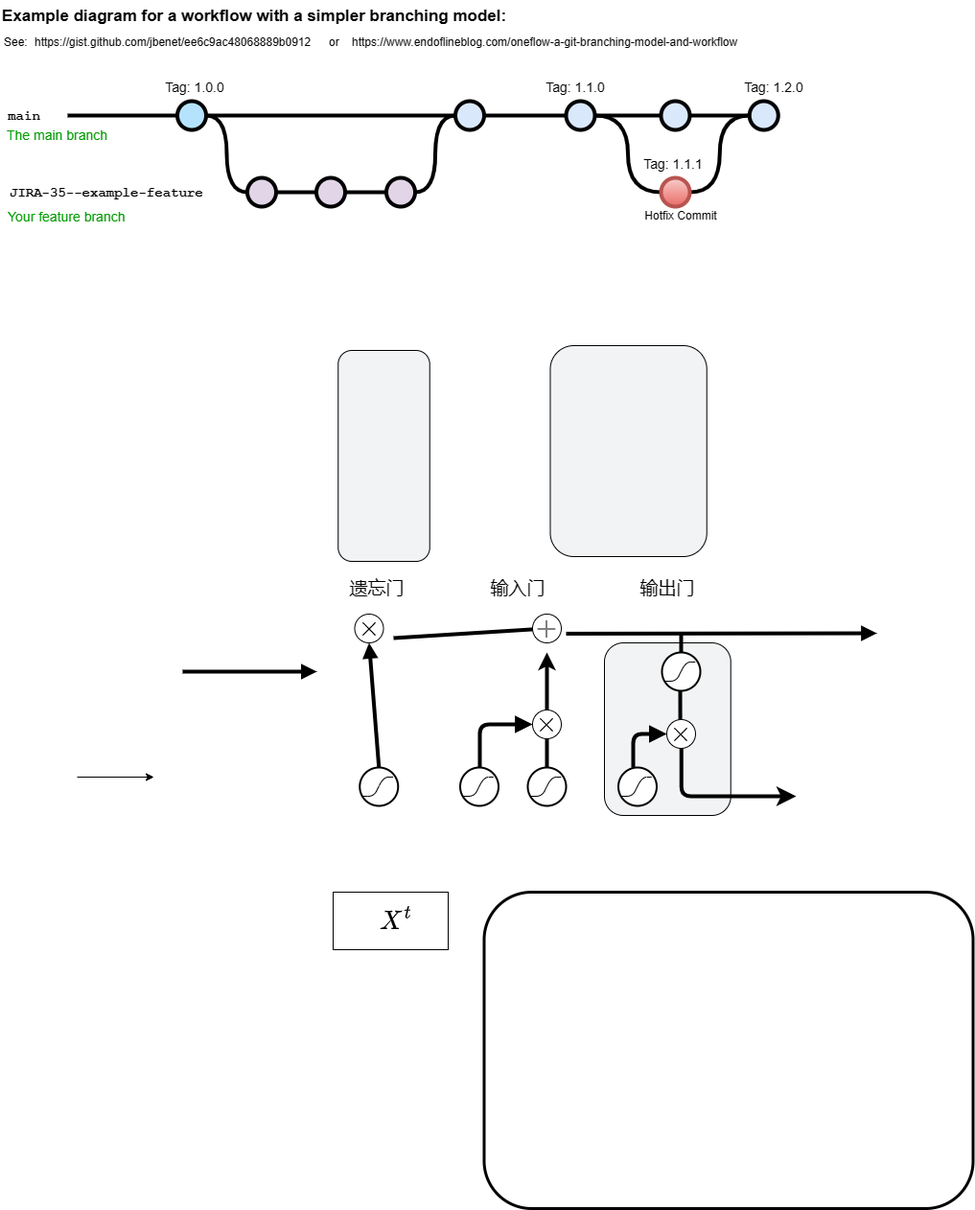
Above: js/test.drawio.png in Xiaozhi-sudo/Xiaozhi-sudo.github.io (draw.io), before the change. Source tidied: cells renumbered, new cells last; positions are measured from the earlier drawing's top-left corner, leaving out a move shared by most shapes.
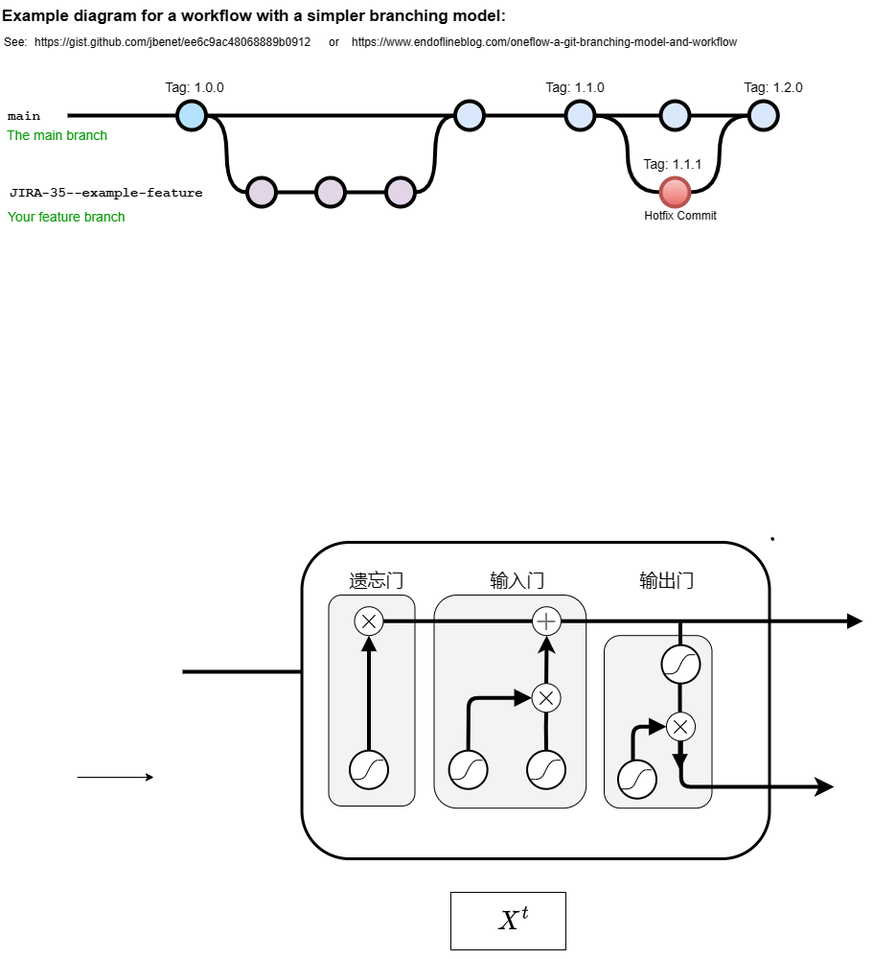
The same diagram one commit later.

What changed in the source:
```diff
@@ -118,54 +118,41 @@
         <mxPoint x="330" y="700" as="targetPoint" />
       </mxGeometry>
     </mxCell>
+    <mxCell id="48" style="group;" parent="1" vertex="1">
+      <mxGeometry x="470" y="930" width="120" height="60" as="geometry" />
+    </mxCell>
+    <mxCell id="49" style="rounded=0;whiteSpace=wrap;html=1;" parent="48" vertex="1">
+      <mxGeometry width="120" height="60" as="geometry" />
+    </mxCell>
+    <mxCell id="50" value="$$X^t$$" style="text;html=1;strokeColor=none;fillColor=none;align=center;verticalAlign=middle;whiteSpace=wrap;rounded=0;fontSize=24;" parent="48" vertex="1">
+      <mxGeometry x="35.5" y="15" width="60" height="30" as="geometry" />
+    </mxCell>
+    <mxCell id="85" style="group;" parent="1" vertex="1">
+      <mxGeometry x="362.5" y="560" width="537.5" height="335" as="geometry" />
+    </mxCell>
-    <mxCell id="38" style="rounded=1;whiteSpace=wrap;html=1;strokeWidth=3;" parent="1" vertex="1">
-      <mxGeometry x="504.5" y="930" width="510" height="330" as="geometry" />
+    <mxCell id="38" style="rounded=1;whiteSpace=wrap;html=1;strokeWidth=3;" parent="85" vertex="1">
+      <mxGeometry x="-47.9" y="5" width="487.9" height="330" as="geometry" />
     </mxCell>
-    <mxCell id="39" style="rounded=1;whiteSpace=wrap;html=1;fillColor=#f1f3f4;" parent="1" vertex="1">
-      <mxGeometry x="352.2" y="365" width="95.5" height="220" as="geometry" />
-    </mxCell>
+    <mxCell id="86" style="rounded=1;whiteSpace=wrap;html=1;fillColor=#f1f3f4;" parent="85" vertex="1">
+      <mxGeometry x="-20" y="60" width="90" height="220" as="geometry" />
+    </mxCell>
+    <mxCell id="87" style="rounded=1;whiteSpace=wrap;html=1;fillColor=#f1f3f4;" parent="85" vertex="1">
+      <mxGeometry x="90" y="60" width="158.8" height="222.2" as="geometry" />
+    </mxCell>
-    <mxCell id="40" value="&lt;p&gt;&lt;font face=&quot;Lucida Console&quot; style=&quot;font-size: 19px;&quot;&gt;遗忘门&lt;/font&gt;&lt;/p&gt;" style="text;html=1;strokeColor=none;fillColor=none;align=center;verticalAlign=middle;whiteSpace=wrap;rounded=0;" parent="1" vertex="1">
-      <mxGeometry x="362.5" y="600" width="60" height="30" as="geometry" />
+    <mxCell id="40" value="&lt;p&gt;&lt;font face=&quot;Lucida Console&quot; style=&quot;font-size: 19px;&quot;&gt;遗忘门&lt;/font&gt;&lt;/p&gt;" style="text;html=1;strokeColor=none;fillColor=none;align=center;verticalAlign=middle;whiteSpace=wrap;rounded=0;" parent="85" vertex="1">
+      <mxGeometry y="32.2" width="60" height="30" as="geometry" />
     </mxCell>
-    <mxCell id="41" value="&lt;p&gt;&lt;font face=&quot;Lucida Console&quot;&gt;&lt;span style=&quot;font-size: 19px;&quot;&gt;输入门&lt;/span&gt;&lt;/font&gt;&lt;/p&gt;" style="text;html=1;strokeColor=none;fillColor=none;align=center;verticalAlign=middle;whiteSpace=wrap;rounded=0;" parent="1" vertex="1">
-      <mxGeometry x="510" y="600" width="60" height="30" as="geometry" />
+    <mxCell id="41" value="&lt;p&gt;&lt;font face=&quot;Lucida Console&quot;&gt;&lt;span style=&quot;font-size: 19px;&quot;&gt;输入门&lt;/span&gt;&lt;/font&gt;&lt;/p&gt;" style="text;html=1;strokeColor=none;fillColor=none;align=center;verticalAlign=middle;whiteSpace=wrap;rounded=0;" parent="85" vertex="1">
+      <mxGeometry x="147.5" y="32.2" width="60" height="30" as="geometry" />
     </mxCell>
-    <mxCell id="42" value="&lt;p&gt;&lt;font face=&quot;Lucida Console&quot; style=&quot;font-size: 19px;&quot;&gt;输出门&lt;/font&gt;&lt;/p&gt;" style="text;html=1;strokeColor=none;fillColor=none;align=center;verticalAlign=middle;whiteSpace=wrap;rounded=0;" parent="1" vertex="1">
-      <mxGeometry x="665.9" y="600" width="60" height="30" as="geometry" />
+    <mxCell id="42" value="&lt;p&gt;&lt;font face=&quot;Lucida Console&quot; style=&quot;font-size: 19px;&quot;&gt;输出门&lt;/font&gt;&lt;/p&gt;" style="text;html=1;strokeColor=none;fillColor=none;align=center;verticalAlign=middle;whiteSpace=wrap;rounded=0;" parent="85" vertex="1">
+      <mxGeometry x="303.4" y="32.2" width="60" height="30" as="geometry" />
     </mxCell>
-    <mxCell id="43" style="rounded=1;whiteSpace=wrap;html=1;fillColor=#f1f3f4;" parent="1" vertex="1">
-      <mxGeometry x="573.5" y="360" width="163.2" height="220" as="geometry" />
-    </mxCell>
-    <mxCell id="44" style="rounded=1;whiteSpace=wrap;html=1;fillColor=#f1f3f4;" parent="1" vertex="1">
-      <mxGeometry x="630" y="670" width="131.8" height="180" as="geometry" />
+    <mxCell id="44" style="rounded=1;whiteSpace=wrap;html=1;fillColor=#f1f3f4;" parent="85" vertex="1">
+      <mxGeometry x="267.5" y="102.2" width="112.5" height="180" as="geometry" />
     </mxCell>
-    <mxCell id="45" style="group;" parent="1" vertex="1">
-      <mxGeometry x="479.5" y="800" width="40" height="40" as="geometry" />
-    </mxCell>
-    <mxCell id="46" style="ellipse;whiteSpace=wrap;html=1;direction=south;strokeWidth=2;" parent="45" vertex="1">
-      <mxGeometry width="40" height="40" as="geometry" />
-    </mxCell>
-    <mxCell id="47" style="endArrow=none;html=1;rounded=1;jumpSize=1;" parent="45" edge="1">
-      <mxGeometry relative="1" as="geometry">
-        <mxPoint x="34.8" y="10" as="sourcePoint" />
-        <mxPoint x="2.2" y="30" as="targetPoint" />
-        <Array as="points">
-          <mxPoint x="24.8" y="10" />
-          <mxPoint x="14.8" y="30" />
-        </Array>
-      </mxGeometry>
-    </mxCell>
-    <mxCell id="48" style="group;" parent="1" vertex="1">
-      <mxGeometry x="347" y="930" width="120" height="60" as="geometry" />
-    </mxCell>
-    <mxCell id="49" style="rounded=0;whiteSpace=wrap;html=1;" parent="48" vertex="1">
-      <mxGeometry width="120" height="60" as="geometry" />
-    </mxCell>
-    <mxCell id="50" value="$$X^t$$" style="text;html=1;strokeColor=none;fillColor=none;align=center;verticalAlign=middle;whiteSpace=wrap;rounded=0;fontSize=24;" parent="48" vertex="1">
-      <mxGeometry x="35.5" y="15" width="60" height="30" as="geometry" />
-    </mxCell>
-    <mxCell id="51" style="group;" parent="1" vertex="1">
-      <mxGeometry x="374.8" y="800" width="40" height="40" as="geometry" />
+    <mxCell id="51" style="group;" parent="85" vertex="1">
+      <mxGeometry x="2" y="222.2" width="40" height="40" as="geometry" />
     </mxCell>
     <mxCell id="52" style="ellipse;whiteSpace=wrap;html=1;direction=south;strokeWidth=2;" parent="51" vertex="1">
       <mxGeometry width="40" height="40" as="geometry" />
@@ -180,16 +167,11 @@
         </Array>
       </mxGeometry>
     </mxCell>
-    <mxCell id="54" style="endArrow=block;html=1;rounded=0;exitX=0;exitY=0.5;exitDx=0;exitDy=0;strokeWidth=4;endFill=1;entryX=0.5;entryY=1;entryDx=0;entryDy=0;" parent="1" edge="1" source="52" target="68">
+    <mxCell id="54" style="endArrow=block;html=1;rounded=0;exitX=0;exitY=0.5;exitDx=0;exitDy=0;strokeWidth=4;endFill=1;entryX=0.5;entryY=1;entryDx=0;entryDy=0;" parent="85" edge="1" source="52" target="68">
       <mxGeometry relative="1" as="geometry" />
     </mxCell>
-    <mxCell id="55" style="endArrow=none;html=1;rounded=0;strokeWidth=4;" parent="1" edge="1" target="65">
-      <mxGeometry relative="1" as="geometry">
-        <mxPoint x="410" y="665" as="sourcePoint" />
-      </mxGeometry>
-    </mxCell>
-    <mxCell id="56" style="group;" parent="1" vertex="1">
-      <mxGeometry x="550" y="800" width="40" height="40" as="geometry" />
+    <mxCell id="56" style="group;" parent="85" vertex="1">
+      <mxGeometry x="187.1" y="222.2" width="40" height="40" as="geometry" />
     </mxCell>
     <mxCell id="57" style="ellipse;whiteSpace=wrap;html=1;direction=south;strokeWidth=2;" parent="56" vertex="1">
       <mxGeometry width="40" height="40" as="geometry" />
@@ -204,14 +186,15 @@
         </Array>
       </mxGeometry>
     </mxCell>
-    <mxCell id="59" style="endArrow=none;html=1;rounded=0;strokeWidth=4;" parent="1" edge="1">
+    <mxCell id="59" style="endArrow=none;html=1;rounded=0;strokeWidth=4;entryX=0.5;entryY=1;entryDx=0;entryDy=0;exitX=0;exitY=0.5;exitDx=0;exitDy=0;" parent="85" edge="1" source="57" target="71">
       <mxGeometry relative="1" as="geometry">
-        <mxPoint x="570" y="800" as="sourcePoint" />
-        <mxPoint x="570" y="765" as="targetPoint" />
+        <Array as="points">
+          <mxPoint x="206.7" y="197.2" />
+        </Array>
       </mxGeometry>
     </mxCell>
-    <mxCell id="60" style="group;" parent="1" vertex="1">
-      <mxGeometry x="644.5" y="800" width="40" height="40" as="geometry" />
+    <mxCell id="60" style="group;" parent="85" vertex="1">
+      <mxGeometry x="282" y="232.2" width="40" height="40" as="geometry" />
     </mxCell>
     <mxCell id="61" style="ellipse;whiteSpace=wrap;html=1;direction=south;strokeWidth=2;" parent="60" vertex="1">
       <mxGeometry width="40" height="40" as="geometry" />
@@ -226,25 +209,24 @@
         </Array>
       </mxGeometry>
     </mxCell>
-    <mxCell id="63" style="edgeStyle=elbowEdgeStyle;elbow=horizontal;endArrow=block;html=1;rounded=1;endSize=8;startSize=8;strokeWidth=4;endFill=1;entryX=0;entryY=0.5;entryDx=0;entryDy=0;" parent="1" edge="1" target="71">
+    <mxCell id="63" style="edgeStyle=elbowEdgeStyle;elbow=horizontal;endArrow=block;html=1;rounded=1;endSize=8;startSize=8;strokeWidth=4;endFill=1;entryX=0;entryY=0.5;entryDx=0;entryDy=0;exitX=0;exitY=0.5;exitDx=0;exitDy=0;" parent="85" edge="1" source="46" target="71">
       <mxGeometry relative="1" as="geometry">
-        <mxPoint x="500" y="800" as="sourcePoint" />
         <Array as="points">
-          <mxPoint x="500" y="770" />
+          <mxPoint x="126" y="190" />
         </Array>
       </mxGeometry>
     </mxCell>
-    <mxCell id="64" style="group;" parent="1" vertex="1">
-      <mxGeometry x="550" y="640" width="40" height="30" as="geometry" />
+    <mxCell id="64" style="group;" parent="85" vertex="1">
+      <mxGeometry x="187.1" y="72.2" width="43.6" height="40" as="geometry" />
     </mxCell>
     <mxCell id="65" style="ellipse;whiteSpace=wrap;html=1;" parent="64" vertex="1">
-      <mxGeometry x="5" width="30" height="30" as="geometry" />
+      <mxGeometry x="5.5" width="30" height="30" as="geometry" />
     </mxCell>
     <mxCell id="66" value="&lt;font style=&quot;font-size: 24px;&quot;&gt;$$+$$&lt;/font&gt;" style="text;html=1;strokeColor=none;fillColor=none;align=center;verticalAlign=middle;whiteSpace=wrap;rounded=0;" parent="64" vertex="1">
-      <mxGeometry y="3.8" width="40" height="22.5" as="geometry" />
+      <mxGeometry y="1.9" width="40" height="26.2" as="geometry" />
     </mxCell>
-    <mxCell id="67" style="group;" parent="1" vertex="1">
-      <mxGeometry x="364.5" y="640" width="40" height="30" as="geometry" />
+    <mxCell id="67" style="group;" parent="85" vertex="1">
+      <mxGeometry x="2" y="72.2" width="40" height="30" as="geometry" />
     </mxCell>
     <mxCell id="68" style="ellipse;whiteSpace=wrap;html=1;" parent="67" vertex="1">
       <mxGeometry x="5" width="30" height="30" as="geometry" />
@@ -252,8 +234,11 @@
     <mxCell id="69" value="&lt;font style=&quot;font-size: 24px;&quot;&gt;$$\times$$&lt;/font&gt;" style="text;html=1;strokeColor=none;fillColor=none;align=center;verticalAlign=middle;whiteSpace=wrap;rounded=0;" parent="67" vertex="1">
       <mxGeometry y="3.8" width="40" height="22.5" as="geometry" />
     </mxCell>
+    <mxCell id="55" style="endArrow=none;html=1;rounded=0;strokeWidth=4;exitX=1;exitY=0.5;exitDx=0;exitDy=0;" parent="85" edge="1" source="68" target="65">
+      <mxGeometry relative="1" as="geometry" />
+    </mxCell>
-    <mxCell id="70" style="group;" parent="1" vertex="1">
-      <mxGeometry x="550" y="740" width="40" height="30" as="geometry" />
+    <mxCell id="70" style="group;" parent="85" vertex="1">
+      <mxGeometry x="187.1" y="152.2" width="40" height="30" as="geometry" />
     </mxCell>
     <mxCell id="71" style="ellipse;whiteSpace=wrap;html=1;" parent="70" vertex="1">
       <mxGeometry x="5" width="30" height="30" as="geometry" />
@@ -261,13 +246,11 @@
     <mxCell id="72" value="&lt;font style=&quot;font-size: 24px;&quot;&gt;$$\times$$&lt;/font&gt;" style="text;html=1;strokeColor=none;fillColor=none;align=center;verticalAlign=middle;whiteSpace=wrap;rounded=0;" parent="70" vertex="1">
       <mxGeometry y="3.8" width="40" height="22.5" as="geometry" />
     </mxCell>
-    <mxCell id="73" style="endArrow=classic;html=1;rounded=0;strokeWidth=4;exitX=0.5;exitY=0;exitDx=0;exitDy=0;" parent="1" edge="1" source="71">
-      <mxGeometry relative="1" as="geometry">
-        <mxPoint x="570" y="680" as="targetPoint" />
-      </mxGeometry>
+    <mxCell id="73" style="endArrow=classic;html=1;rounded=0;strokeWidth=4;exitX=0.5;exitY=0;exitDx=0;exitDy=0;entryX=0.5;entryY=1;entryDx=0;entryDy=0;" parent="85" edge="1" source="71" target="65">
+      <mxGeometry relative="1" as="geometry" />
     </mxCell>
-    <mxCell id="74" style="group;" parent="1" vertex="1">
-      <mxGeometry x="690" y="750" width="40" height="30" as="geometry" />
+    <mxCell id="74" style="group;" parent="85" vertex="1">
+      <mxGeometry x="327.5" y="182.2" width="40" height="30" as="geometry" />
     </mxCell>
     <mxCell id="75" style="ellipse;whiteSpace=wrap;html=1;" parent="74" vertex="1">
       <mxGeometry x="5" width="30" height="30" as="geometry" />
@@ -275,38 +258,37 @@
     <mxCell id="76" value="&lt;font style=&quot;font-size: 24px;&quot;&gt;$$\times$$&lt;/font&gt;" style="text;html=1;strokeColor=none;fillColor=none;align=center;verticalAlign=middle;whiteSpace=wrap;rounded=0;" parent="74" vertex="1">
       <mxGeometry x="-0.5" y="3.8" width="40" height="22.5" as="geometry" />
     </mxCell>
-    <mxCell id="77" style="endArrow=block;html=1;rounded=0;strokeWidth=4;endFill=1;" parent="1" edge="1">
+    <mxCell id="77" style="endArrow=block;html=1;rounded=0;strokeWidth=4;endFill=1;exitX=1;exitY=0.5;exitDx=0;exitDy=0;" parent="85" edge="1" source="65">
       <mxGeometry relative="1" as="geometry">
-        <mxPoint x="590" y="660.4" as="sourcePoint" />
-        <mxPoint x="914.1" y="660" as="targetPoint" />
+        <mxPoint x="537.5" y="87.2" as="targetPoint" />
       </mxGeometry>
     </mxCell>
-    <mxCell id="78" style="edgeStyle=elbowEdgeStyle;elbow=horizontal;endArrow=block;html=1;rounded=1;endSize=8;startSize=8;strokeWidth=4;endFill=1;entryX=0;entryY=0.5;entryDx=0;entryDy=0;" parent="1" edge="1" target="75">
+    <mxCell id="78" style="edgeStyle=elbowEdgeStyle;elbow=horizontal;endArrow=block;html=1;rounded=1;endSize=8;startSize=8;strokeWidth=4;endFill=1;entryX=0;entryY=0.5;entryDx=0;entryDy=0;" parent="85" edge="1" target="75">
       <mxGeometry relative="1" as="geometry">
-        <mxPoint x="660" y="800" as="sourcePoint" />
+        <mxPoint x="297.5" y="232.2" as="sourcePoint" />
         <Array as="points">
-          <mxPoint x="660" y="770" />
+          <mxPoint x="297.5" y="202.2" />
         </Array>
       </mxGeometry>
     </mxCell>
-    <mxCell id="79" style="endArrow=none;html=1;rounded=0;strokeWidth=4;" parent="1" edge="1">
+    <mxCell id="79" style="endArrow=none;html=1;rounded=0;strokeWidth=4;" parent="85" edge="1">
       <mxGeometry relative="1" as="geometry">
-        <mxPoint x="709.1" y="750" as="sourcePoint" />
-        <mxPoint x="709" y="720" as="targetPoint" />
+        <mxPoint x="346.6" y="182.2" as="sourcePoint" />
+        <mxPoint x="346.5" y="152.2" as="targetPoint" />
       </mxGeometry>
     </mxCell>
-    <mxCell id="80" style="edgeStyle=segmentEdgeStyle;endArrow=classic;html=1;rounded=1;endSize=8;startSize=8;strokeWidth=4;" parent="1" edge="1">
+    <mxCell id="80" style="edgeStyle=segmentEdgeStyle;endArrow=classic;html=1;rounded=1;endSize=8;startSize=8;strokeWidth=4;" parent="85" edge="1">
       <mxGeometry relative="1" as="geometry">
-        <mxPoint x="710.2" y="780" as="sourcePoint" />
-        <mxPoint x="830" y="830" as="targetPoint" />
+        <mxPoint x="347.8" y="212.2" as="sourcePoint" />
+        <mxPoint x="507.5" y="260" as="targetPoint" />
         <Array as="points">
-          <mxPoint x="710.2" y="780" />
-          <mxPoint x="710.2" y="830" />
+          <mxPoint x="347.8" y="212.2" />
+          <mxPoint x="347.8" y="262.2" />
         </Array>
       </mxGeometry>
     </mxCell>
-    <mxCell id="81" style="group;" parent="1" vertex="1">
-      <mxGeometry x="690" y="680" width="40" height="40" as="geometry" />
+    <mxCell id="81" style="group;" parent="85" vertex="1">
+      <mxGeometry x="327.5" y="112.2" width="40" height="40" as="geometry" />
     </mxCell>
     <mxCell id="82" style="ellipse;whiteSpace=wrap;html=1;direction=south;strokeWidth=2;" parent="81" vertex="1">
       <mxGeometry width="40" height="40" as="geometry" />
@@ -321,8 +303,33 @@
         </Array>
       </mxGeometry>
     </mxCell>
-    <mxCell id="84" style="line;strokeWidth=4;html=1;perimeter=backbonePerimeter;direction=south;" parent="1" vertex="1">
-      <mxGeometry x="705" y="660" width="10" height="20" as="geometry" />
+    <mxCell id="84" style="line;strokeWidth=4;html=1;perimeter=backbonePerimeter;direction=south;rotation=0;" parent="85" vertex="1">
+      <mxGeometry x="342" y="87.2" width="10" height="25" as="geometry" />
     </mxCell>
+    <mxCell id="88" style="shape=(stored shape, 640 characters);lineShape=1;" parent="85" vertex="1">
+      <mxGeometry x="441.9" width="2.7" height="2.7" as="geometry" />
+    </mxCell>
+    <mxCell id="89" style="endArrow=block;html=1;rounded=0;strokeWidth=4;endFill=1;" parent="85" edge="1">
+      <mxGeometry relative="1" as="geometry">
+        <mxPoint x="346.5" y="212.2" as="sourcePoint" />
+        <mxPoint x="346.5" y="242.2" as="targetPoint" />
+      </mxGeometry>
+    </mxCell>
+    <mxCell id="45" style="group;" parent="85" vertex="1">
+      <mxGeometry x="105.6" y="222.2" width="143.8" height="60" as="geometry" />
+    </mxCell>
+    <mxCell id="46" style="ellipse;whiteSpace=wrap;html=1;direction=south;strokeWidth=2;" parent="45" vertex="1">
+      <mxGeometry width="40" height="40" as="geometry" />
+    </mxCell>
+    <mxCell id="47" style="endArrow=none;html=1;rounded=1;jumpSize=1;" parent="45" edge="1">
+      <mxGeometry relative="1" as="geometry">
+        <mxPoint x="34.8" y="10" as="sourcePoint" />
+        <mxPoint x="2.2" y="30" as="targetPoint" />
+        <Array as="points">
+          <mxPoint x="24.8" y="10" />
+          <mxPoint x="14.8" y="30" />
+        </Array>
+      </mxGeometry>
+    </mxCell>
   </root>
 </mxGraphModel>
```
